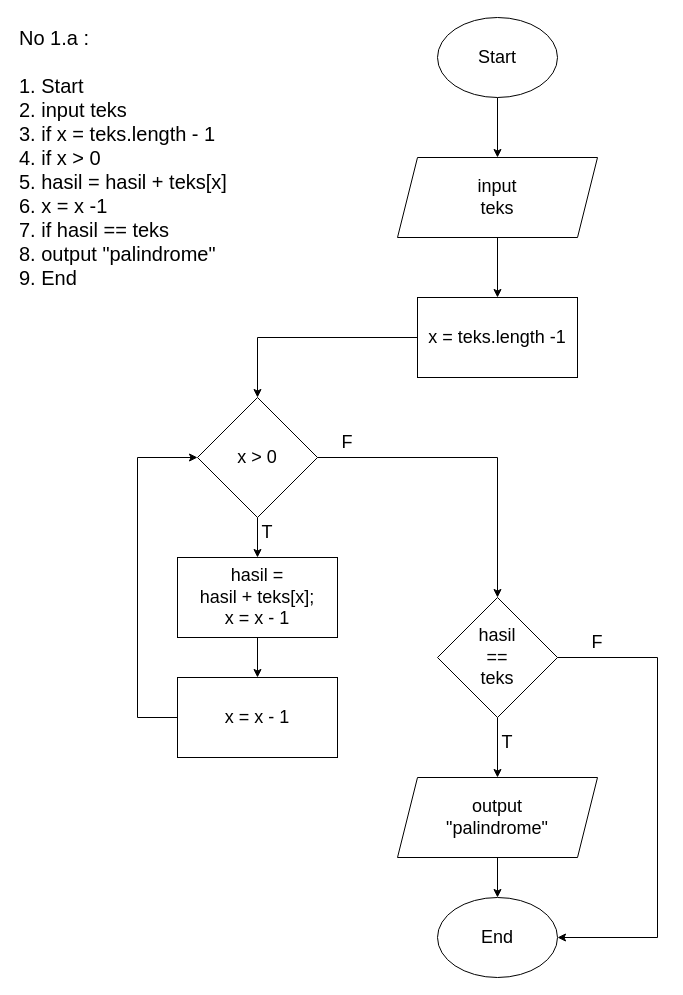
Above: WEEK-2/flowchart1a.drawio in afif-buchori/fw14-afif-buchori (draw.io), before the change. Source tidied: cells renumbered, new cells numbered last; positions are measured from the earlier drawing's top-left corner, leaving out a move shared by most shapes. Both pictures are drawn from the tidied source at 100%, with x=0, y=0 at pixel (17, 17).
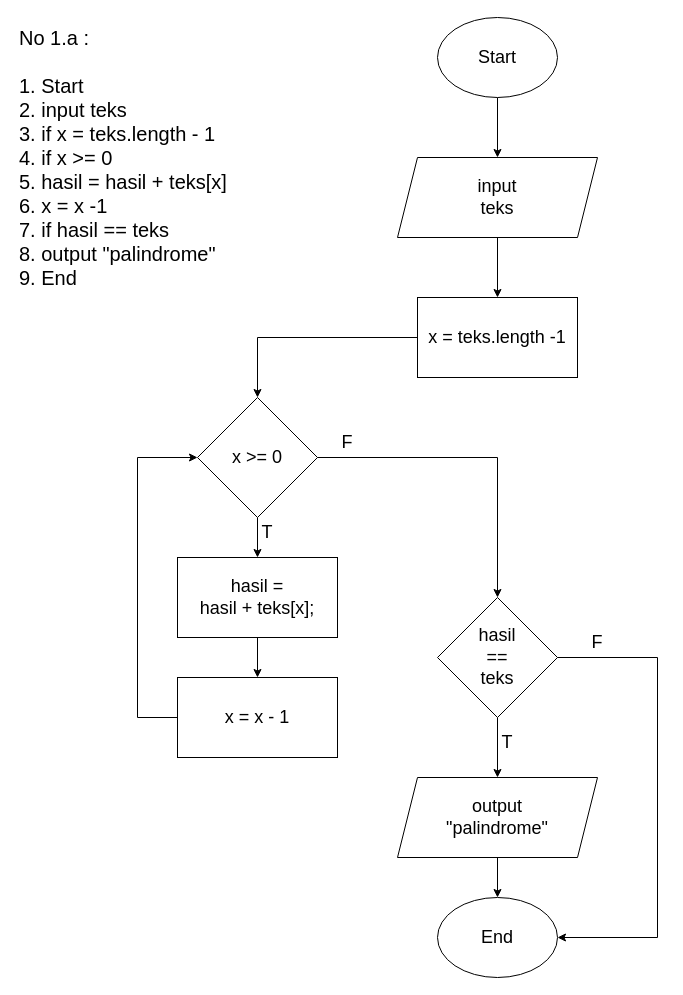
Above is the later version.

Diff of the diagram source:
```diff
@@
-    <mxCell id="2" value="&lt;font style=&quot;font-size: 20px;&quot;&gt;No 1.a :&lt;br style=&quot;font-size: 20px;&quot;&gt;&lt;br style=&quot;font-size: 20px;&quot;&gt;1. Start&lt;br style=&quot;font-size: 20px;&quot;&gt;&lt;/font&gt;&lt;div style=&quot;font-size: 20px;&quot;&gt;&lt;span style=&quot;background-color: initial; font-size: 20px;&quot;&gt;&lt;font style=&quot;font-size: 20px;&quot;&gt;2. input teks&lt;/font&gt;&lt;/span&gt;&lt;/div&gt;&lt;div style=&quot;font-size: 20px;&quot;&gt;&lt;span style=&quot;background-color: initial; font-size: 20px;&quot;&gt;&lt;font style=&quot;font-size: 20px;&quot;&gt;3. if x = teks.length - 1&lt;/font&gt;&lt;/span&gt;&lt;/div&gt;&lt;div style=&quot;font-size: 20px;&quot;&gt;&lt;span style=&quot;background-color: initial; font-size: 20px;&quot;&gt;&lt;font style=&quot;font-size: 20px;&quot;&gt;4. if x &amp;gt; 0&lt;/font&gt;&lt;/span&gt;&lt;/div&gt;&lt;div style=&quot;font-size: 20px;&quot;&gt;&lt;span style=&quot;background-color: initial; font-size: 20px;&quot;&gt;&lt;font style=&quot;font-size: 20px;&quot;&gt;5. hasil = hasil + teks[x]&lt;/font&gt;&lt;/span&gt;&lt;/div&gt;&lt;div style=&quot;font-size: 20px;&quot;&gt;&lt;font style=&quot;font-size: 20px;&quot;&gt;6. x = x -1&lt;/font&gt;&lt;/div&gt;&lt;div style=&quot;font-size: 20px;&quot;&gt;&lt;font style=&quot;font-size: 20px;&quot;&gt;7. if hasil == teks&lt;/font&gt;&lt;/div&gt;&lt;div style=&quot;font-size: 20px;&quot;&gt;&lt;font style=&quot;font-size: 20px;&quot;&gt;8. output &quot;palindrome&quot;&lt;/font&gt;&lt;/div&gt;&lt;div style=&quot;font-size: 20px;&quot;&gt;&lt;font style=&quot;font-size: 20px;&quot;&gt;9. End&lt;/font&gt;&lt;/div&gt;" style="text;html=1;strokeColor=none;fillColor=none;align=left;verticalAlign=middle;whiteSpace=wrap;rounded=0;fontSize=20;" parent="1" vertex="1">
+    <mxCell id="2" value="&lt;font style=&quot;font-size: 20px;&quot;&gt;No 1.a :&lt;br style=&quot;font-size: 20px;&quot;&gt;&lt;br style=&quot;font-size: 20px;&quot;&gt;1. Start&lt;br style=&quot;font-size: 20px;&quot;&gt;&lt;/font&gt;&lt;div style=&quot;font-size: 20px;&quot;&gt;&lt;span style=&quot;background-color: initial; font-size: 20px;&quot;&gt;&lt;font style=&quot;font-size: 20px;&quot;&gt;2. input teks&lt;/font&gt;&lt;/span&gt;&lt;/div&gt;&lt;div style=&quot;font-size: 20px;&quot;&gt;&lt;span style=&quot;background-color: initial; font-size: 20px;&quot;&gt;&lt;font style=&quot;font-size: 20px;&quot;&gt;3. if x = teks.length - 1&lt;/font&gt;&lt;/span&gt;&lt;/div&gt;&lt;div style=&quot;font-size: 20px;&quot;&gt;&lt;span style=&quot;background-color: initial; font-size: 20px;&quot;&gt;&lt;font style=&quot;font-size: 20px;&quot;&gt;4. if x &amp;gt;= 0&lt;/font&gt;&lt;/span&gt;&lt;/div&gt;&lt;div style=&quot;font-size: 20px;&quot;&gt;&lt;span style=&quot;background-color: initial; font-size: 20px;&quot;&gt;&lt;font style=&quot;font-size: 20px;&quot;&gt;5. hasil = hasil + teks[x]&lt;/font&gt;&lt;/span&gt;&lt;/div&gt;&lt;div style=&quot;font-size: 20px;&quot;&gt;&lt;font style=&quot;font-size: 20px;&quot;&gt;6. x = x -1&lt;/font&gt;&lt;/div&gt;&lt;div style=&quot;font-size: 20px;&quot;&gt;&lt;font style=&quot;font-size: 20px;&quot;&gt;7. if hasil == teks&lt;/font&gt;&lt;/div&gt;&lt;div style=&quot;font-size: 20px;&quot;&gt;&lt;font style=&quot;font-size: 20px;&quot;&gt;8. output &quot;palindrome&quot;&lt;/font&gt;&lt;/div&gt;&lt;div style=&quot;font-size: 20px;&quot;&gt;&lt;font style=&quot;font-size: 20px;&quot;&gt;9. End&lt;/font&gt;&lt;/div&gt;" style="text;html=1;strokeColor=none;fillColor=none;align=left;verticalAlign=middle;whiteSpace=wrap;rounded=0;fontSize=20;" parent="1" vertex="1">
       <mxGeometry width="310" height="280" as="geometry" />
     </mxCell>
@@
-    <mxCell id="10" value="x &amp;gt; 0" style="rhombus;whiteSpace=wrap;html=1;fontSize=18;" parent="1" vertex="1">
+    <mxCell id="10" value="x &amp;gt;= 0" style="rhombus;whiteSpace=wrap;html=1;fontSize=18;" parent="1" vertex="1">
       <mxGeometry x="180" y="380" width="120" height="120" as="geometry" />
     </mxCell>
@@
-    <mxCell id="12" value="hasil = &lt;br&gt;hasil + teks[x];&lt;br&gt;x = x - 1" style="rounded=0;whiteSpace=wrap;html=1;fontSize=18;" parent="1" vertex="1">
+    <mxCell id="12" value="hasil = &lt;br&gt;hasil + teks[x];" style="rounded=0;whiteSpace=wrap;html=1;fontSize=18;" parent="1" vertex="1">
       <mxGeometry x="160" y="540" width="160" height="80" as="geometry" />
     </mxCell>
```
